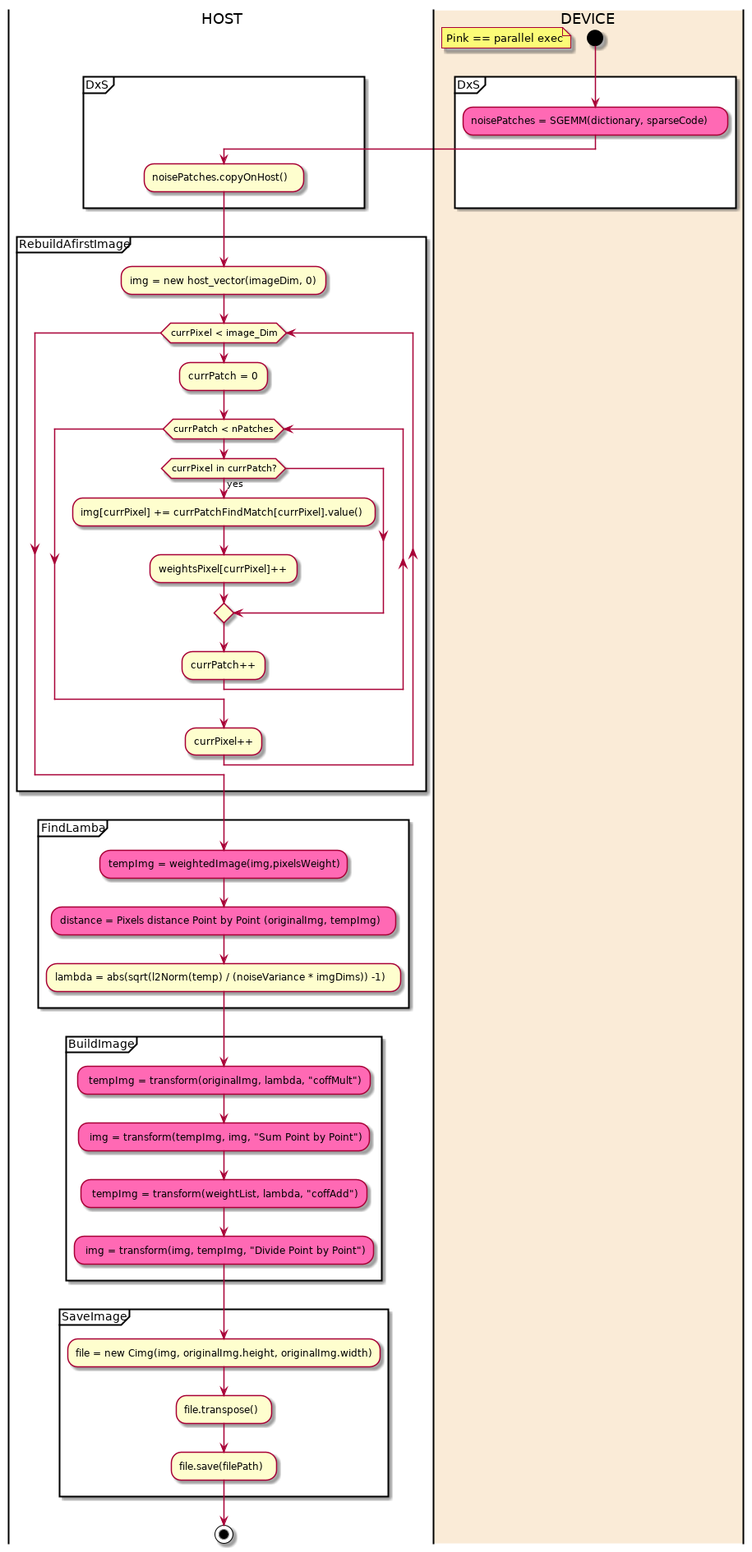
The PlantUML diagram uml/out/uml/src/BuildImageDenoisedDiagram.png in newfla/CUDA-K-SVD-Denoising, before a commit.
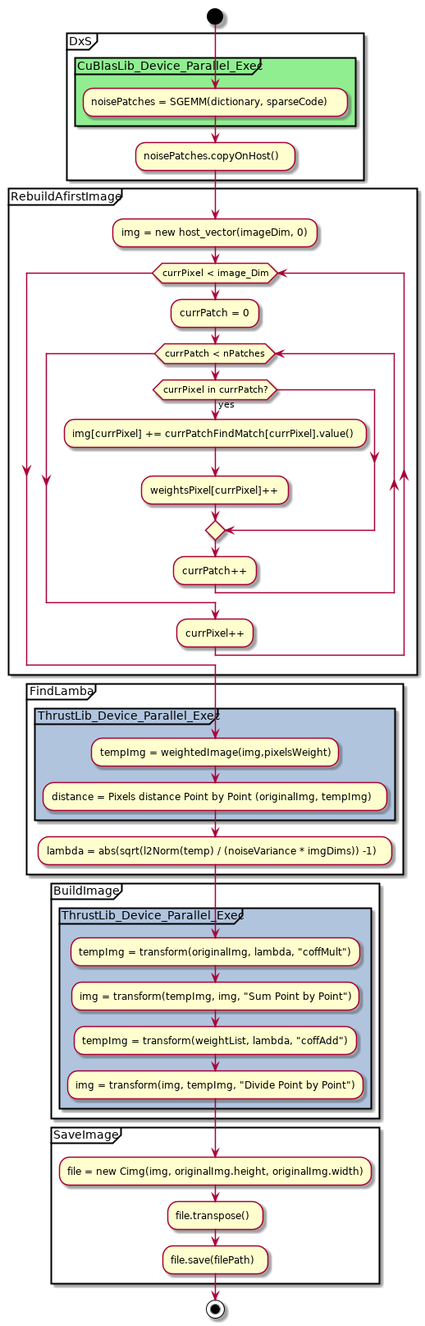
After the commit.

The edit, as a diff of the source:
```diff
@@ -1,11 +1,11 @@
 @startuml BuildImageDenoisedDiagram
-|HOST|
-|#AntiqueWhite|DEVICE|
+
 start
-floating note: Pink == parallel exec
+
 partition DxS {
-    #HotPink:noisePatches = SGEMM(dictionary, sparseCode);
-    |HOST|
+    partition CuBlasLib_Device_Parallel_Exec #LightGreen{
+        :noisePatches = SGEMM(dictionary, sparseCode);
+    }
     :noisePatches.copyOnHost();
 }
 
@@ -26,16 +26,21 @@
 }
 
 partition FindLamba {
-    #HotPink:tempImg = weightedImage(img,pixelsWeight);
-    #HotPink:distance = Pixels distance Point by Point (originalImg, tempImg);
+    partition ThrustLib_Device_Parallel_Exec #LightSteelBlue{
+        :tempImg = weightedImage(img,pixelsWeight);
+        :distance = Pixels distance Point by Point (originalImg, tempImg);
+    }
+
     :lambda = abs(sqrt(l2Norm(temp) / (noiseVariance * imgDims)) -1);
 }
 
 partition BuildImage {
-    #HotPink: tempImg = transform(originalImg, lambda, "coffMult");
-    #HotPink: img = transform(tempImg, img, "Sum Point by Point");
-    #HotPink: tempImg = transform(weightList, lambda, "coffAdd");
-    #HotPink: img = transform(img, tempImg, "Divide Point by Point");
+    partition ThrustLib_Device_Parallel_Exec #LightSteelBlue{
+        :tempImg = transform(originalImg, lambda, "coffMult");
+        :img = transform(tempImg, img, "Sum Point by Point");
+        :tempImg = transform(weightList, lambda, "coffAdd");
+        :img = transform(img, tempImg, "Divide Point by Point");
+    }
 }
 
 partition SaveImage {
```
